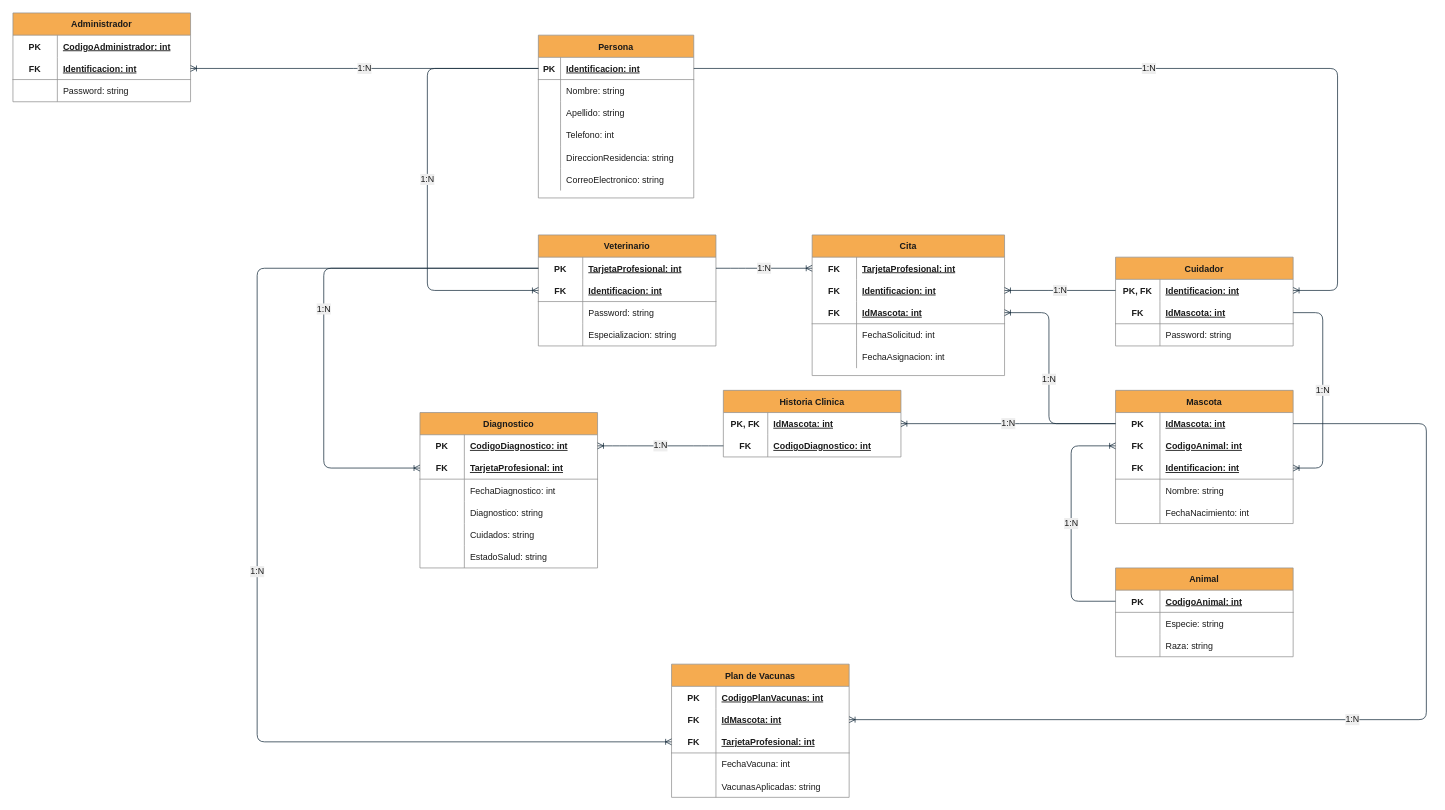
Before: page "Entidad relacion" (3 of 3) of Diagramas.drawio in juandabi/teleVeterinaria, a draw.io diagram. Source tidied: cells renumbered, new cells numbered last; positions are measured from the earlier drawing's top-left corner, leaving out a move shared by most shapes. Both pictures are drawn from the tidied source at 74%, with x=0, y=0 at pixel (13, 13).
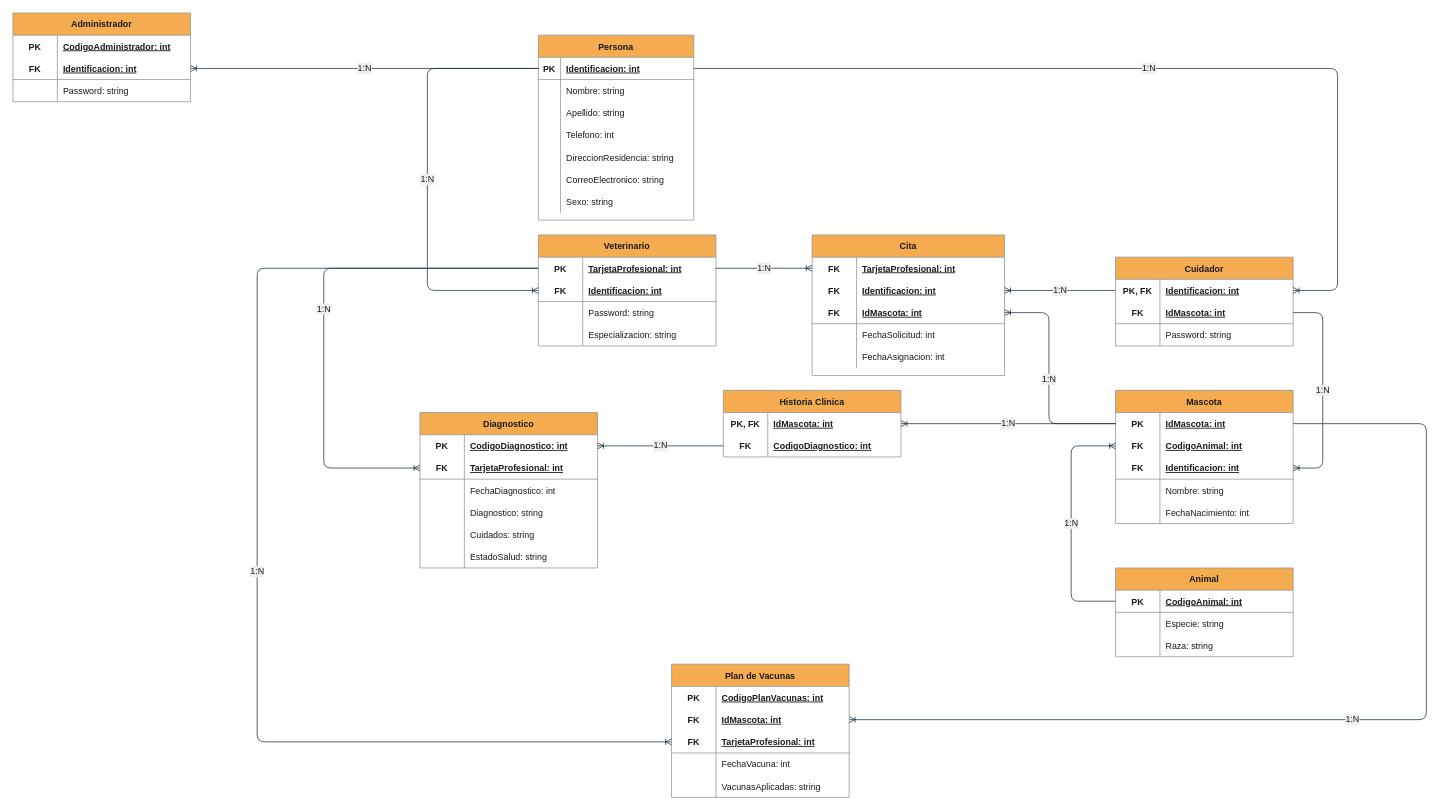
The same diagram, later.

Commit message (it also covers changes not shown here):
Se agrega el campo sexo al diagrama

Diff of the diagram source:
```diff
@@
     <mxCell id="2" value="Persona" style="shape=table;startSize=30;childLayout=tableLayout;rowLines=0;fontStyle=1;align=center;fillColor=#F5AB50;strokeColor=#909090;fontColor=#1A1A1A;" parent="1" vertex="1">
-      <mxGeometry x="710" y="30" width="210" height="220" as="geometry" />
+      <mxGeometry x="710" y="30" width="210" height="250" as="geometry" />
     </mxCell>
@@
+    <mxCell id="151" style="shape=partialRectangle;fillColor=none;top=0;left=0;bottom=0;right=0;strokeColor=#909090;fontColor=#1A1A1A;" parent="2" vertex="1">
+      <mxGeometry y="210" width="210" height="30" as="geometry" />
+    </mxCell>
+    <mxCell id="152" style="shape=partialRectangle;fillColor=none;top=0;left=0;bottom=0;right=0;overflow=hidden;strokeColor=#909090;fontColor=#1A1A1A;" parent="151" vertex="1">
+      <mxGeometry width="30" height="30" as="geometry" />
+    </mxCell>
+    <mxCell id="153" value="Sexo: string" style="shape=partialRectangle;fillColor=none;top=0;left=0;bottom=0;right=0;align=left;spacingLeft=6;overflow=hidden;strokeColor=#909090;fontColor=#1A1A1A;" parent="151" vertex="1">
+      <mxGeometry x="30" width="180" height="30" as="geometry" />
+    </mxCell>
```
